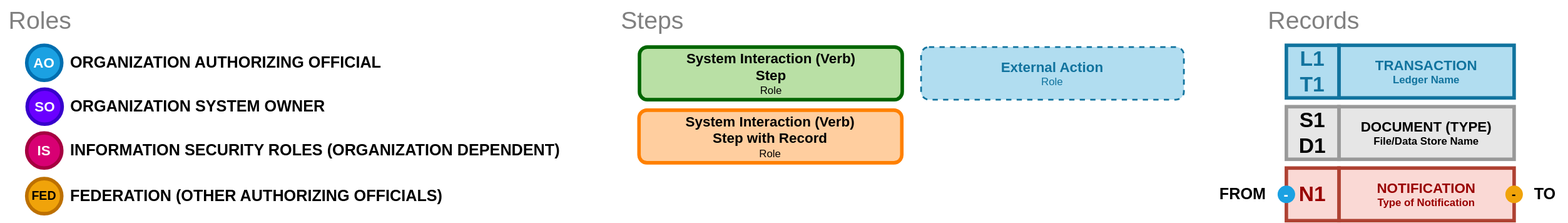
Before: docs/ato/ATO.legend.drawio.svg, a diagram exported from draw.io (usnistgov/blossom-oscal). Source tidied: cells renumbered, new cells last; positions are measured from the earlier drawing's top-left corner, leaving out a move shared by most shapes.
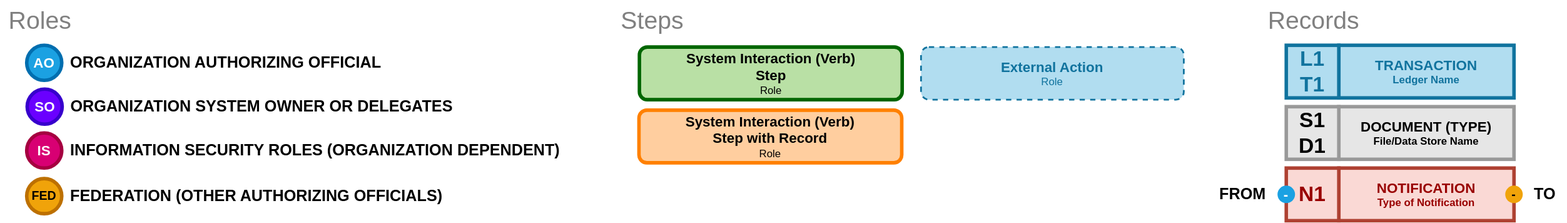
The same diagram one commit later.

Change to the diagram source:
```diff
@@ -74,8 +74,8 @@
     <mxCell id="25" value="ORGANIZATION AUTHORIZING OFFICIAL" style="text;html=1;align=center;verticalAlign=middle;strokeColor=none;fillColor=none;fontSize=18;fontFamily=Helvetica;fontColor=#000000;fontStyle=1;" parent="1" vertex="1">
       <mxGeometry x="70" y="54" width="373" height="34" as="geometry" />
     </mxCell>
-    <mxCell id="26" value="ORGANIZATION SYSTEM OWNER" style="text;html=1;align=center;verticalAlign=middle;strokeColor=none;fillColor=none;fontSize=18;fontFamily=Helvetica;fontColor=#000000;fontStyle=1;" parent="1" vertex="1">
-      <mxGeometry x="70" y="104" width="309" height="34" as="geometry" />
+    <mxCell id="26" value="ORGANIZATION SYSTEM OWNER OR DELEGATES" style="text;html=1;align=center;verticalAlign=middle;strokeColor=none;fillColor=none;fontSize=18;fontFamily=Helvetica;fontColor=#000000;fontStyle=1;" parent="1" vertex="1">
+      <mxGeometry x="70.5" y="104" width="454" height="34" as="geometry" />
     </mxCell>
     <mxCell id="27" value="INFORMATION SECURITY ROLES (ORGANIZATION DEPENDENT)" style="text;html=1;align=center;verticalAlign=middle;strokeColor=none;fillColor=none;fontSize=18;fontFamily=Helvetica;fontColor=#000000;fontStyle=1;" parent="1" vertex="1">
       <mxGeometry x="70" y="154" width="577" height="34" as="geometry" />
```
